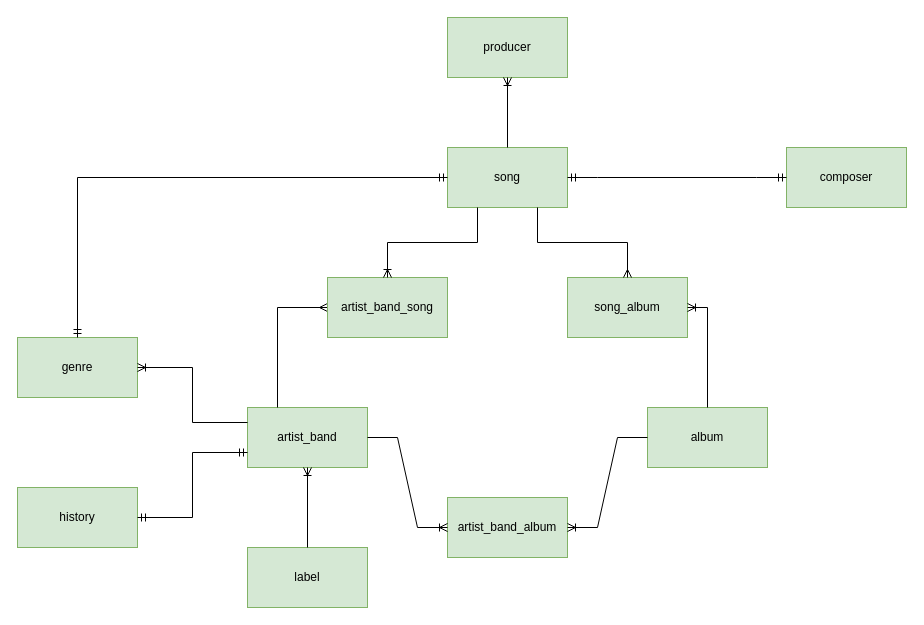
The draw.io diagram model_abstract.drawio in vitorjurj/examen_sem1_db, before the edit. Source tidied: cells renumbered, new cells numbered last; positions are measured from the earlier drawing's top-left corner, leaving out a move shared by most shapes. Both pictures are drawn from the tidied source at 100%, with x=0, y=0 at pixel (17, 17).
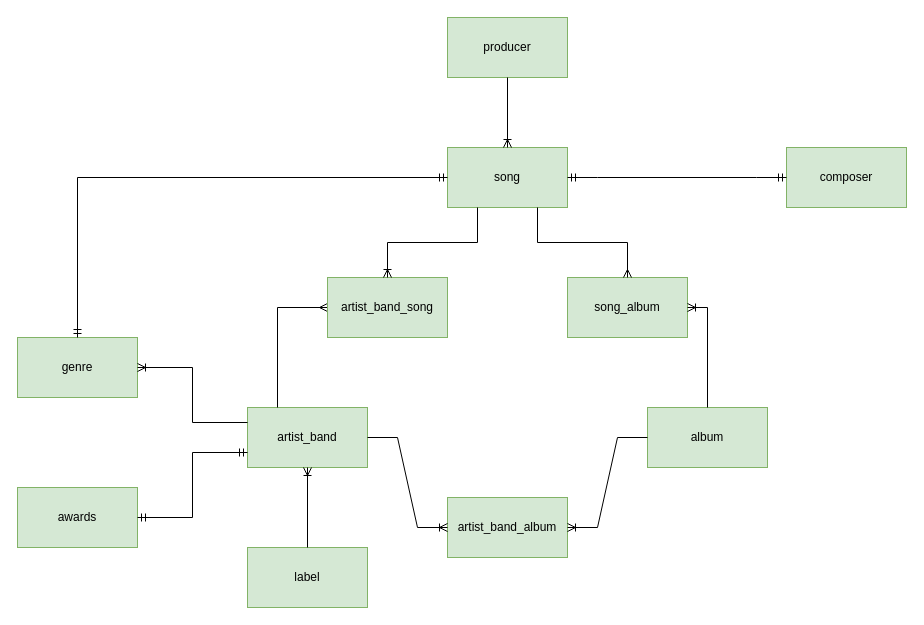
The same diagram, later.

The change refers to these unchanged cells:
```xml
<mxCell id="4" value="producer" style="rounded=0;whiteSpace=wrap;html=1;fillColor=#d5e8d4;strokeColor=#82b366;" parent="1" vertex="1">
  <mxGeometry x="430" width="120" height="60" as="geometry" />
</mxCell>
<mxCell id="5" value="song" style="rounded=0;whiteSpace=wrap;html=1;fillColor=#d5e8d4;strokeColor=#82b366;" parent="1" vertex="1">
  <mxGeometry x="430" y="130" width="120" height="60" as="geometry" />
</mxCell>
```

What changed in the source:
```diff
@@
-    <mxCell id="9" value="history" style="rounded=0;whiteSpace=wrap;html=1;fillColor=#d5e8d4;strokeColor=#82b366;" parent="1" vertex="1">
+    <mxCell id="9" value="awards" style="rounded=0;whiteSpace=wrap;html=1;fillColor=#d5e8d4;strokeColor=#82b366;" parent="1" vertex="1">
       <mxGeometry y="470" width="120" height="60" as="geometry" />
     </mxCell>
@@
-    <mxCell id="20" style="edgeStyle=orthogonalEdgeStyle;fontSize=12;html=1;endArrow=ERoneToMany;rounded=0;exitX=0.5;exitY=0;exitDx=0;exitDy=0;entryX=0.5;entryY=1;entryDx=0;entryDy=0;" parent="1" edge="1" source="5" target="4">
-      <mxGeometry relative="1" as="geometry" />
-    </mxCell>
@@
+    <mxCell id="25" style="edgeStyle=orthogonalEdgeStyle;fontSize=12;html=1;endArrow=ERoneToMany;rounded=0;exitX=0.5;exitY=1;exitDx=0;exitDy=0;entryX=0.5;entryY=0;entryDx=0;entryDy=0;" parent="1" edge="1" source="4" target="5">
+      <mxGeometry relative="1" as="geometry" />
+    </mxCell>
```
